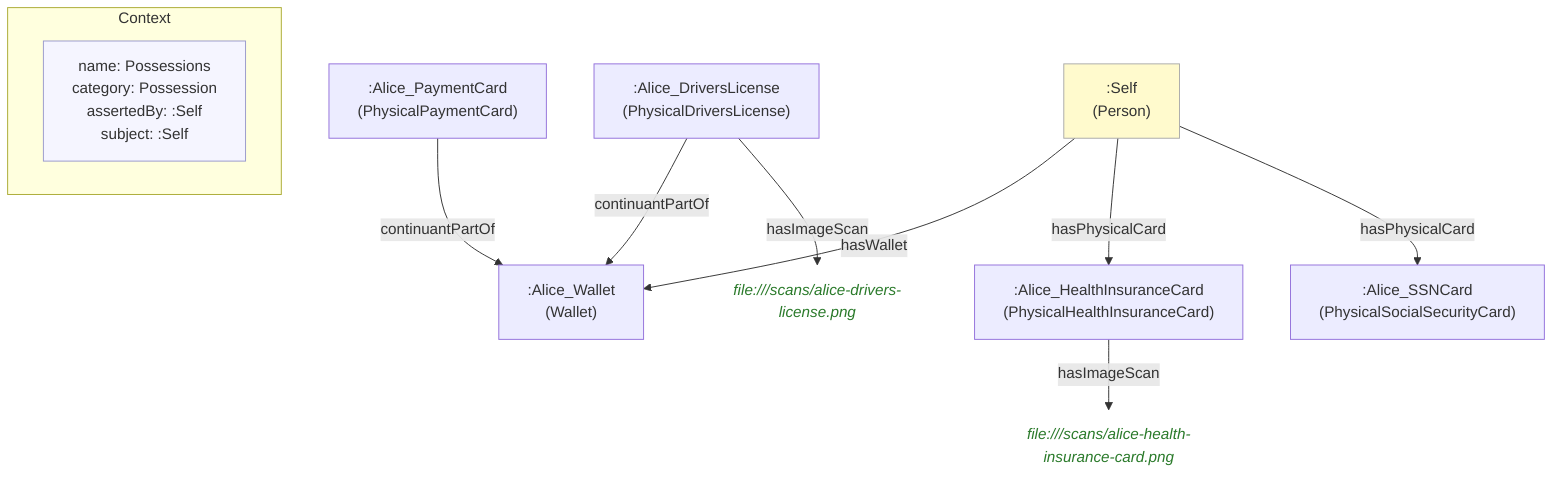
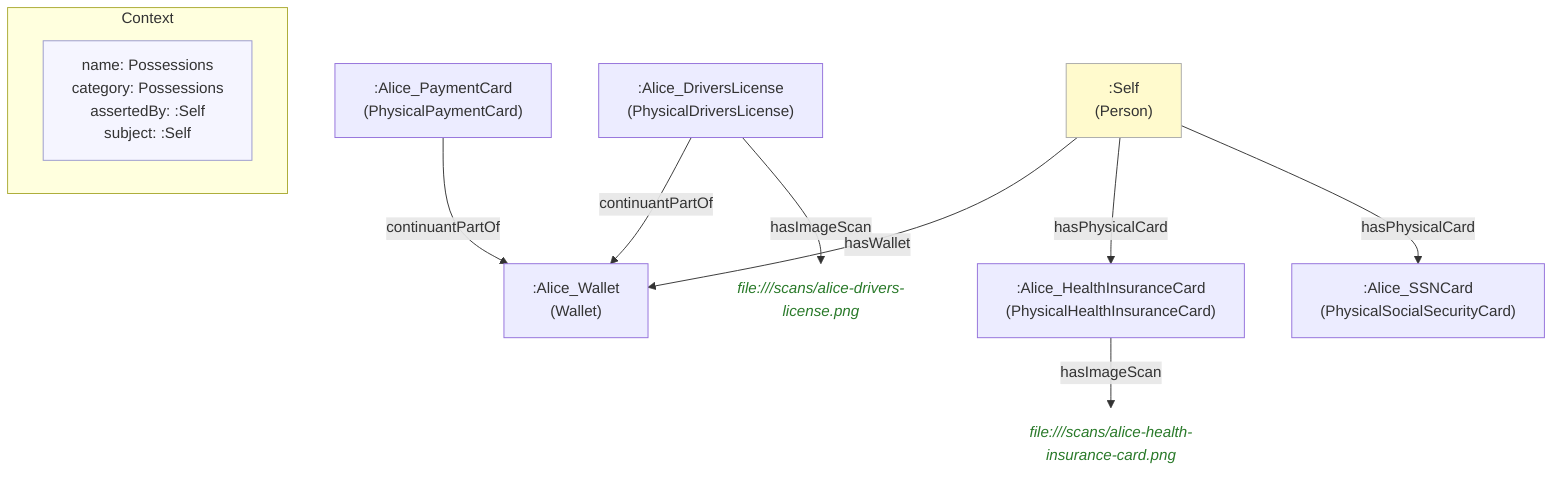
- %% ContextCategory: context:Possession
+ %% ContextCategory: context:Possessions
flowchart TD
    classDef person fill:#fffacd,stroke:#aaa,color:#333
    classDef grp    fill:#d4edda,stroke:#aaa,color:#333
    classDef org    fill:#cce5ff,stroke:#aaa,color:#333
    classDef lit    fill:none,stroke:none,font-style:italic,color:#2a7a2a
    classDef meta   fill:#f5f5ff,stroke:#9999cc,color:#333

    subgraph ctx["Context"]
        direction LR
-         ctx_meta["name: Possessions\ncategory: Possession\nassertedBy: :Self\nsubject: :Self"]:::meta
+         ctx_meta["name: Possessions\ncategory: Possessions\nassertedBy: :Self\nsubject: :Self"]:::meta
    end

    n8020f1e0dda3[":Alice_DriversLicense\n(PhysicalDriversLicense)"]
    ne031334f4c41[":Alice_Wallet\n(Wallet)"]
    n16319a7d9aaf("file:///scans/alice-drivers-license.png"):::lit
    n45648c6e1691[":Alice_HealthInsuranceCard\n(PhysicalHealthInsuranceCard)"]
    n5aa16707069d("file:///scans/alice-health-insurance-card.png"):::lit
    n424bc5303466[":Alice_PaymentCard\n(PhysicalPaymentCard)"]
    nfb9947b1c0ef[":Alice_SSNCard\n(PhysicalSocialSecurityCard)"]
    ne0c3ba92f1db[":Self\n(Person)"]:::person

    n8020f1e0dda3 -->|"continuantPartOf"| ne031334f4c41
    n8020f1e0dda3 -->|"hasImageScan"| n16319a7d9aaf
    n45648c6e1691 -->|"hasImageScan"| n5aa16707069d
    n424bc5303466 -->|"continuantPartOf"| ne031334f4c41
    ne0c3ba92f1db -->|"hasWallet"| ne031334f4c41
    ne0c3ba92f1db -->|"hasPhysicalCard"| n45648c6e1691
    ne0c3ba92f1db -->|"hasPhysicalCard"| nfb9947b1c0ef
